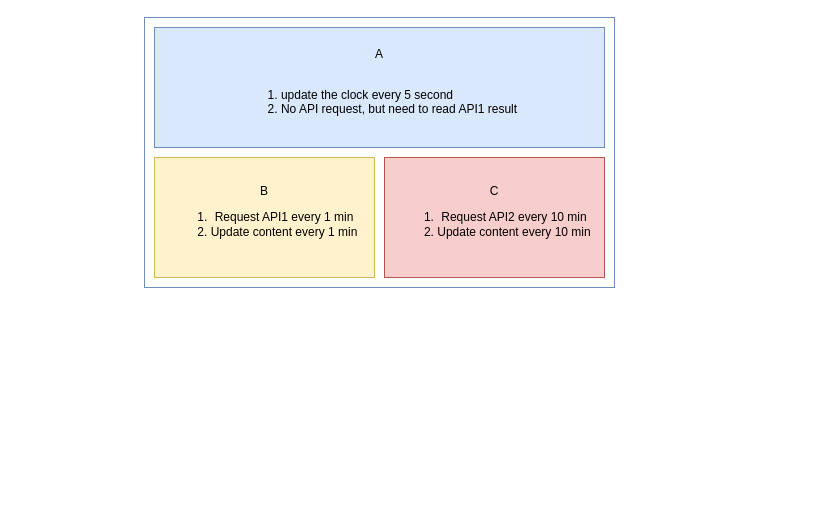
The draw.io diagram page "front-end control logic" (3 of 4) of diagrams.drawio in ArthurQiangLi/W16_PiDashboard, before the edit. Source tidied: cells renumbered, new cells numbered last; positions are measured from the earlier drawing's top-left corner, leaving out a move shared by most shapes. Both pictures are drawn from the tidied source at 100%, with x=0, y=0 at pixel (144, 17).
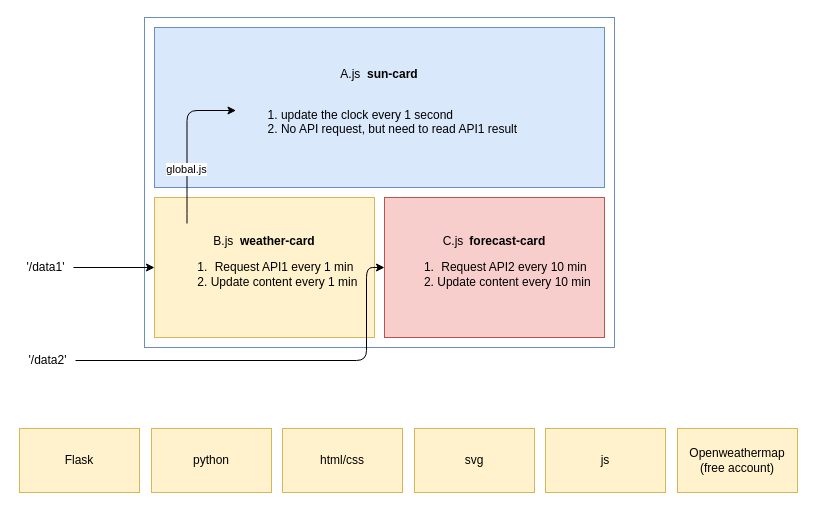
The same diagram, later.

The edit, as a diff of the source:
```diff
@@
     <mxCell id="2" style="rounded=0;whiteSpace=wrap;html=1;fillColor=none;strokeColor=#6c8ebf;" parent="1" vertex="1">
-      <mxGeometry width="470" height="270" as="geometry" />
+      <mxGeometry width="470" height="330" as="geometry" />
     </mxCell>
-    <mxCell id="3" value="A&lt;br&gt;&lt;br&gt;&lt;ol&gt;&lt;li style=&quot;text-align: left;&quot;&gt;update the clock every 5 second&lt;/li&gt;&lt;li style=&quot;text-align: left;&quot;&gt;No API request, but need to read API1 result&lt;/li&gt;&lt;/ol&gt;" style="rounded=0;whiteSpace=wrap;html=1;fillColor=#dae8fc;strokeColor=#6c8ebf;" parent="1" vertex="1">
-      <mxGeometry x="10" y="10" width="450" height="120" as="geometry" />
+    <mxCell id="3" value="A.js&amp;nbsp;&lt;span style=&quot;white-space: pre;&quot;&gt;&#9;&lt;/span&gt;&lt;b&gt;sun-card&lt;/b&gt;&lt;br&gt;&lt;br&gt;&lt;ol&gt;&lt;li style=&quot;text-align: left;&quot;&gt;update the clock every 1 second&lt;/li&gt;&lt;li style=&quot;text-align: left;&quot;&gt;No API request, but need to read API1 result&lt;/li&gt;&lt;/ol&gt;" style="rounded=0;whiteSpace=wrap;html=1;fillColor=#dae8fc;strokeColor=#6c8ebf;" parent="1" vertex="1">
+      <mxGeometry x="10" y="10" width="450" height="160" as="geometry" />
     </mxCell>
-    <mxCell id="4" value="B&lt;br&gt;&lt;ol&gt;&lt;li&gt;Request API1 every 1 min&lt;/li&gt;&lt;li&gt;Update content every 1 min&lt;/li&gt;&lt;/ol&gt;" style="rounded=0;whiteSpace=wrap;html=1;fillColor=#fff2cc;strokeColor=#d6b656;" parent="1" vertex="1">
-      <mxGeometry x="10" y="140" width="220" height="120" as="geometry" />
+    <mxCell id="4" value="B.js&amp;nbsp;&lt;span style=&quot;white-space: pre;&quot;&gt;&#9;&lt;/span&gt;&lt;b&gt;weather-card&lt;/b&gt;&lt;br&gt;&lt;ol&gt;&lt;li&gt;Request API1 every 1 min&lt;/li&gt;&lt;li&gt;Update content every 1 min&lt;/li&gt;&lt;/ol&gt;" style="rounded=0;whiteSpace=wrap;html=1;fillColor=#fff2cc;strokeColor=#d6b656;" parent="1" vertex="1">
+      <mxGeometry x="10" y="180" width="220" height="140" as="geometry" />
     </mxCell>
-    <mxCell id="5" value="C&lt;br style=&quot;border-color: var(--border-color);&quot;&gt;&lt;ol style=&quot;border-color: var(--border-color);&quot;&gt;&lt;li style=&quot;border-color: var(--border-color);&quot;&gt;Request API2 every 10 min&lt;/li&gt;&lt;li style=&quot;border-color: var(--border-color);&quot;&gt;Update content every 10 min&lt;/li&gt;&lt;/ol&gt;" style="rounded=0;whiteSpace=wrap;html=1;fillColor=#f8cecc;strokeColor=#b85450;" parent="1" vertex="1">
-      <mxGeometry x="240" y="140" width="220" height="120" as="geometry" />
+    <mxCell id="5" value="C.js&amp;nbsp;&lt;span style=&quot;white-space: pre;&quot;&gt;&#9;&lt;/span&gt;&lt;b&gt;forecast-card&lt;/b&gt;&lt;br style=&quot;border-color: var(--border-color);&quot;&gt;&lt;ol style=&quot;border-color: var(--border-color);&quot;&gt;&lt;li style=&quot;border-color: var(--border-color);&quot;&gt;Request API2 every 10 min&lt;/li&gt;&lt;li style=&quot;border-color: var(--border-color);&quot;&gt;Update content every 10 min&lt;/li&gt;&lt;/ol&gt;" style="rounded=0;whiteSpace=wrap;html=1;fillColor=#f8cecc;strokeColor=#b85450;" parent="1" vertex="1">
+      <mxGeometry x="240" y="180" width="220" height="140" as="geometry" />
     </mxCell>
+    <mxCell id="6" value="Flask" style="rounded=0;whiteSpace=wrap;html=1;fillColor=#fff2cc;strokeColor=#d6b656;" parent="1" vertex="1">
+      <mxGeometry x="-125" y="411" width="120" height="64" as="geometry" />
+    </mxCell>
+    <mxCell id="7" value="python" style="rounded=0;whiteSpace=wrap;html=1;fillColor=#fff2cc;strokeColor=#d6b656;" parent="1" vertex="1">
+      <mxGeometry x="7" y="411" width="120" height="64" as="geometry" />
+    </mxCell>
+    <mxCell id="8" value="html/css" style="rounded=0;whiteSpace=wrap;html=1;fillColor=#fff2cc;strokeColor=#d6b656;" parent="1" vertex="1">
+      <mxGeometry x="138" y="411" width="120" height="64" as="geometry" />
+    </mxCell>
+    <mxCell id="9" value="js" style="rounded=0;whiteSpace=wrap;html=1;fillColor=#fff2cc;strokeColor=#d6b656;" parent="1" vertex="1">
+      <mxGeometry x="401" y="411" width="120" height="64" as="geometry" />
+    </mxCell>
+    <mxCell id="10" value="svg" style="rounded=0;whiteSpace=wrap;html=1;fillColor=#fff2cc;strokeColor=#d6b656;" parent="1" vertex="1">
+      <mxGeometry x="270" y="411" width="120" height="64" as="geometry" />
+    </mxCell>
+    <mxCell id="11" value="Openweathermap&lt;br&gt;(free account)" style="rounded=0;whiteSpace=wrap;html=1;fillColor=#fff2cc;strokeColor=#d6b656;" parent="1" vertex="1">
+      <mxGeometry x="533" y="411" width="120" height="64" as="geometry" />
+    </mxCell>
+    <mxCell id="12" style="edgeStyle=none;html=1;entryX=0;entryY=0.5;entryDx=0;entryDy=0;" parent="1" edge="1" source="13" target="4">
+      <mxGeometry relative="1" as="geometry" />
+    </mxCell>
+    <mxCell id="13" value="'/data1'" style="text;html=1;align=center;verticalAlign=middle;points=[];strokeColor=none;fillColor=none;" parent="1" vertex="1">
+      <mxGeometry x="-127" y="237" width="56" height="26" as="geometry" />
+    </mxCell>
+    <mxCell id="14" style="edgeStyle=orthogonalEdgeStyle;html=1;entryX=0;entryY=0.5;entryDx=0;entryDy=0;" parent="1" edge="1" source="15" target="5">
+      <mxGeometry relative="1" as="geometry">
+        <Array as="points">
+          <mxPoint x="222" y="343" />
+          <mxPoint x="222" y="250" />
+        </Array>
+      </mxGeometry>
+    </mxCell>
+    <mxCell id="15" value="'/data2'" style="text;html=1;align=center;verticalAlign=middle;points=[];strokeColor=none;fillColor=none;" parent="1" vertex="1">
+      <mxGeometry x="-125" y="330" width="56" height="26" as="geometry" />
+    </mxCell>
+    <mxCell id="16" style="edgeStyle=orthogonalEdgeStyle;html=1;" parent="1" edge="1">
+      <mxGeometry relative="1" as="geometry">
+        <mxPoint x="42.5" y="206" as="sourcePoint" />
+        <mxPoint x="91.5" y="93" as="targetPoint" />
+        <Array as="points">
+          <mxPoint x="42.5" y="186" />
+          <mxPoint x="42.5" y="93" />
+        </Array>
+      </mxGeometry>
+    </mxCell>
+    <mxCell id="17" value="global.js" style="edgeLabel;html=1;align=center;verticalAlign=middle;" parent="16" vertex="1">
+      <mxGeometry x="-0.32" y="1" relative="1" as="geometry" />
+    </mxCell>
```
